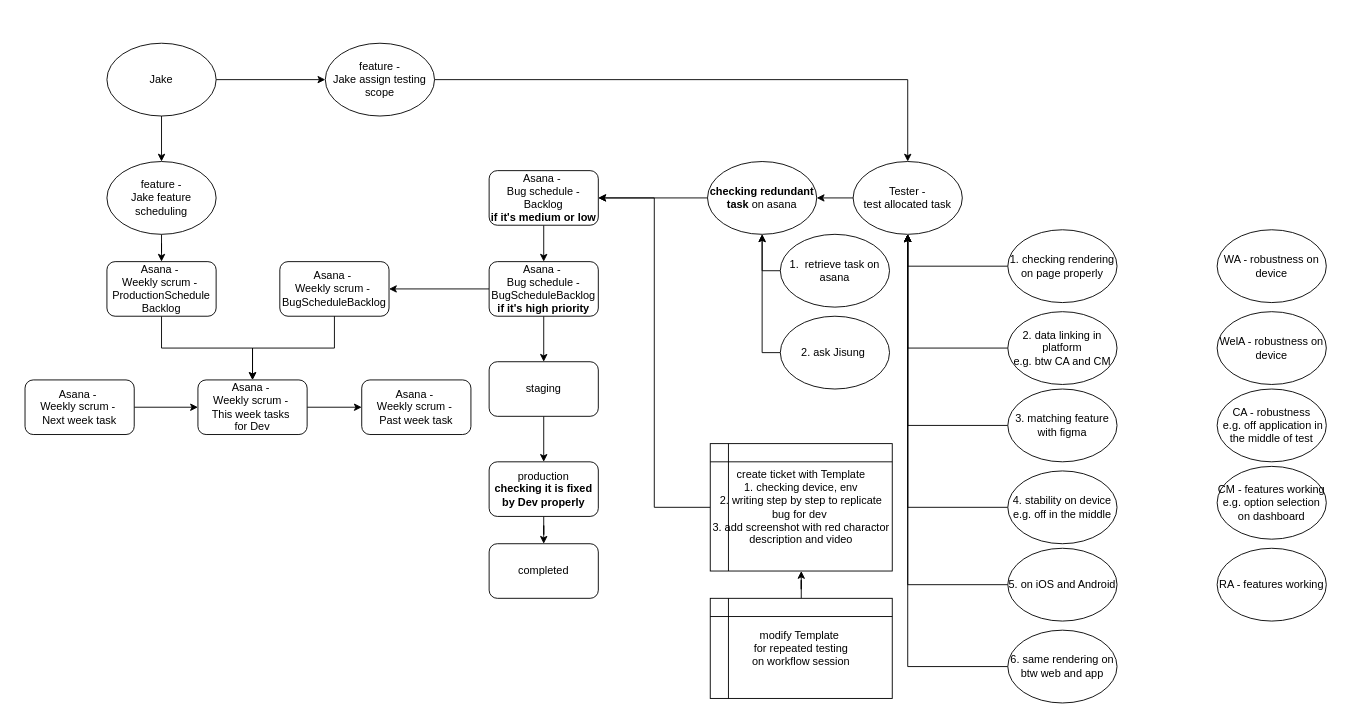
Before: 제목 없는 다이어그램.drawio in Jisung-Pacific/AI-assist, a draw.io diagram. Source tidied: cells renumbered, new cells numbered last; positions are measured from the earlier drawing's top-left corner, leaving out a move shared by most shapes. Both pictures are drawn from the tidied source at 91%, with x=0, y=0 at pixel (25, 43).
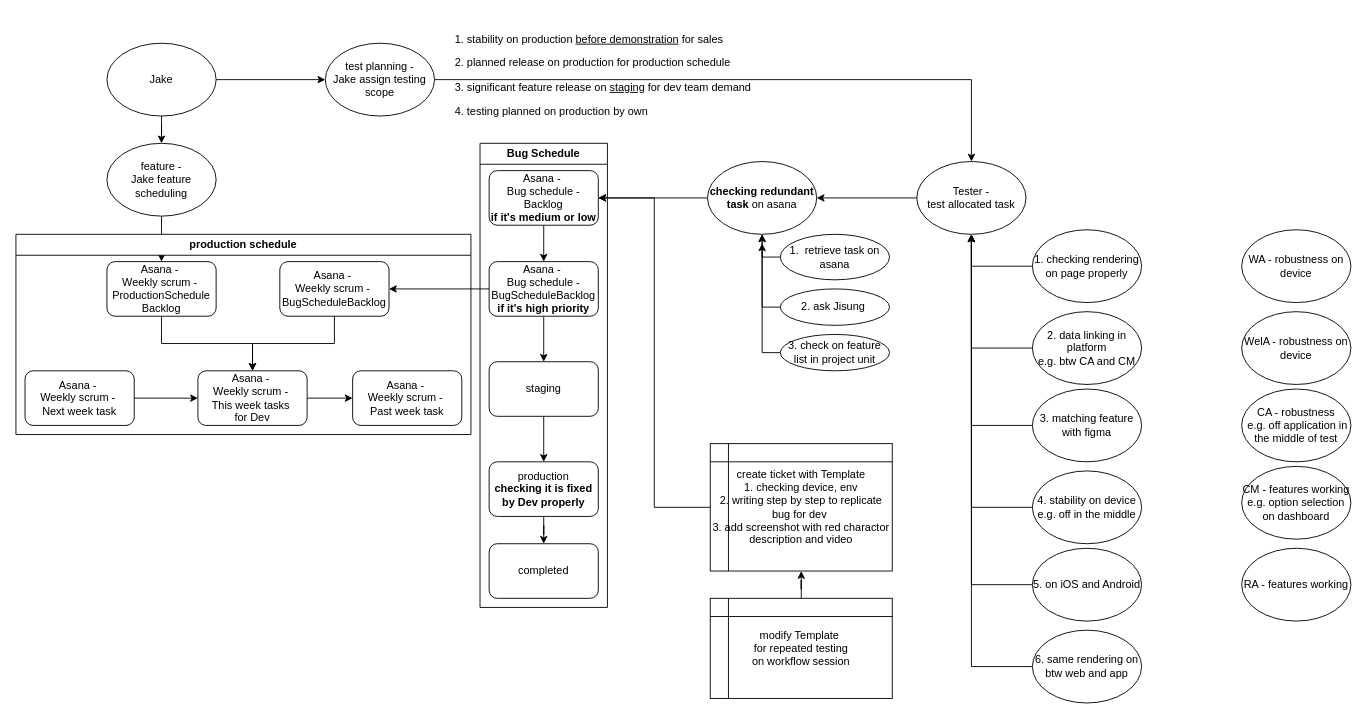
The same page after the edit.

Commit message:
제목 없는 다이어그램.drawio 업데이트

Change to the diagram source:
```diff
@@
     <mxCell id="9" value="Tester -&lt;div&gt;test allocated task&lt;/div&gt;" style="ellipse;whiteSpace=wrap;html=1;" parent="1" vertex="1">
-      <mxGeometry x="910" y="130" width="120" height="80" as="geometry" />
+      <mxGeometry x="980" y="130" width="120" height="80" as="geometry" />
     </mxCell>
@@
-    <mxCell id="12" style="edgeStyle=orthogonalEdgeStyle;rounded=0;jettySize=auto;html=1;" parent="1" edge="1" source="13" target="15">
-      <mxGeometry relative="1" as="geometry" />
-    </mxCell>
-    <mxCell id="13" value="Asana -&amp;nbsp;&lt;div&gt;Weekly scrum -&amp;nbsp;&lt;/div&gt;&lt;div&gt;This week tasks&amp;nbsp;&lt;/div&gt;&lt;div&gt;for Dev&lt;/div&gt;" style="rounded=1;whiteSpace=wrap;html=1;" parent="1" vertex="1">
-      <mxGeometry x="190" y="370" width="120" height="60" as="geometry" />
-    </mxCell>
@@
-    <mxCell id="15" value="Asana -&amp;nbsp;&lt;div&gt;Weekly scrum -&amp;nbsp;&lt;/div&gt;&lt;div&gt;Past week task&lt;/div&gt;" style="rounded=1;whiteSpace=wrap;html=1;" parent="1" vertex="1">
-      <mxGeometry x="370" y="370" width="120" height="60" as="geometry" />
-    </mxCell>
-    <mxCell id="16" style="edgeStyle=orthogonalEdgeStyle;rounded=0;jettySize=auto;html=1;" parent="1" edge="1" source="17" target="13">
-      <mxGeometry relative="1" as="geometry" />
-    </mxCell>
-    <mxCell id="17" value="Asana -&amp;nbsp;&lt;div&gt;Weekly scrum -&amp;nbsp;&lt;/div&gt;&lt;div&gt;Next week task&lt;/div&gt;" style="rounded=1;whiteSpace=wrap;html=1;" parent="1" vertex="1">
-      <mxGeometry y="370" width="120" height="60" as="geometry" />
-    </mxCell>
@@
     <mxCell id="19" value="feature -&lt;div&gt;Jake feature scheduling&lt;/div&gt;" style="ellipse;whiteSpace=wrap;html=1;" parent="1" vertex="1">
-      <mxGeometry x="90" y="130" width="120" height="80" as="geometry" />
+      <mxGeometry x="90" y="110" width="120" height="80" as="geometry" />
     </mxCell>
@@
     <mxCell id="21" value="1. checking rendering on page properly" style="ellipse;whiteSpace=wrap;html=1;" parent="1" vertex="1">
-      <mxGeometry x="1080" y="205" width="120" height="80" as="geometry" />
+      <mxGeometry x="1107" y="205" width="120" height="80" as="geometry" />
     </mxCell>
@@
-    <mxCell id="23" value="feature -&lt;div&gt;Jake assign testing scope&lt;/div&gt;" style="ellipse;whiteSpace=wrap;html=1;" parent="1" vertex="1">
+    <mxCell id="23" value="test planning -&lt;div&gt;Jake assign testing scope&lt;/div&gt;" style="ellipse;whiteSpace=wrap;html=1;" parent="1" vertex="1">
       <mxGeometry x="330" width="120" height="80" as="geometry" />
     </mxCell>
@@
     <mxCell id="28" value="2. data linking in platform&lt;div&gt;e.g. btw CA and CM&lt;/div&gt;" style="ellipse;whiteSpace=wrap;html=1;" parent="1" vertex="1">
-      <mxGeometry x="1080" y="295" width="120" height="80" as="geometry" />
+      <mxGeometry x="1107" y="295" width="120" height="80" as="geometry" />
     </mxCell>
@@
     <mxCell id="30" value="3. matching feature with figma" style="ellipse;whiteSpace=wrap;html=1;" parent="1" vertex="1">
-      <mxGeometry x="1080" y="380" width="120" height="80" as="geometry" />
+      <mxGeometry x="1107" y="380" width="120" height="80" as="geometry" />
     </mxCell>
@@
     <mxCell id="36" value="1.&amp;nbsp; retrieve task on asana" style="ellipse;whiteSpace=wrap;html=1;" parent="1" vertex="1">
-      <mxGeometry x="830" y="210" width="120" height="80" as="geometry" />
+      <mxGeometry x="830" y="210" width="120" height="50" as="geometry" />
     </mxCell>
@@
     <mxCell id="38" value="2. ask Jisung&amp;nbsp;" style="ellipse;whiteSpace=wrap;html=1;" parent="1" vertex="1">
-      <mxGeometry x="830" y="300" width="120" height="80" as="geometry" />
+      <mxGeometry x="830" y="270" width="120" height="40" as="geometry" />
     </mxCell>
@@
     <mxCell id="46" value="CM -&amp;nbsp;&lt;span style=&quot;background-color: transparent; color: light-dark(rgb(0, 0, 0), rgb(255, 255, 255));&quot;&gt;features working&lt;/span&gt;&lt;div&gt;&lt;span style=&quot;background-color: transparent; color: light-dark(rgb(0, 0, 0), rgb(255, 255, 255));&quot;&gt;e.g. option selection on dashboard&lt;/span&gt;&lt;/div&gt;" style="ellipse;whiteSpace=wrap;html=1;" parent="1" vertex="1">
-      <mxGeometry x="1310" y="465" width="120" height="80" as="geometry" />
+      <mxGeometry x="1337" y="465" width="120" height="80" as="geometry" />
     </mxCell>
     <mxCell id="47" value="CA - robustness&lt;div&gt;&amp;nbsp;e.g. off application in the middle of test&lt;/div&gt;" style="ellipse;whiteSpace=wrap;html=1;" parent="1" vertex="1">
-      <mxGeometry x="1310" y="380" width="120" height="80" as="geometry" />
+      <mxGeometry x="1337" y="380" width="120" height="80" as="geometry" />
     </mxCell>
     <mxCell id="48" value="RA - features working" style="ellipse;whiteSpace=wrap;html=1;" parent="1" vertex="1">
-      <mxGeometry x="1310" y="555" width="120" height="80" as="geometry" />
+      <mxGeometry x="1337" y="555" width="120" height="80" as="geometry" />
     </mxCell>
     <mxCell id="49" value="WelA - robustness on device" style="ellipse;whiteSpace=wrap;html=1;" parent="1" vertex="1">
-      <mxGeometry x="1310" y="295" width="120" height="80" as="geometry" />
+      <mxGeometry x="1337" y="295" width="120" height="80" as="geometry" />
     </mxCell>
     <mxCell id="50" value="WA - robustness on device" style="ellipse;whiteSpace=wrap;html=1;" parent="1" vertex="1">
-      <mxGeometry x="1310" y="205" width="120" height="80" as="geometry" />
+      <mxGeometry x="1337" y="205" width="120" height="80" as="geometry" />
     </mxCell>
@@
     <mxCell id="52" value="5. on iOS and Android" style="ellipse;whiteSpace=wrap;html=1;" parent="1" vertex="1">
-      <mxGeometry x="1080" y="555" width="120" height="80" as="geometry" />
+      <mxGeometry x="1107" y="555" width="120" height="80" as="geometry" />
     </mxCell>
@@
     <mxCell id="54" value="4. stability on device&lt;div&gt;e.g. off in the middle&lt;/div&gt;" style="ellipse;whiteSpace=wrap;html=1;" parent="1" vertex="1">
-      <mxGeometry x="1080" y="470" width="120" height="80" as="geometry" />
+      <mxGeometry x="1107" y="470" width="120" height="80" as="geometry" />
     </mxCell>
@@
     <mxCell id="56" value="6. same rendering on btw web and app" style="ellipse;whiteSpace=wrap;html=1;" parent="1" vertex="1">
-      <mxGeometry x="1080" y="645" width="120" height="80" as="geometry" />
+      <mxGeometry x="1107" y="645" width="120" height="80" as="geometry" />
     </mxCell>
+    <mxCell id="57" value="Bug Schedule" style="swimlane;whiteSpace=wrap;html=1;" parent="1" vertex="1">
+      <mxGeometry x="500" y="110" width="140" height="510" as="geometry" />
+    </mxCell>
+    <mxCell id="58" value="production schedule" style="swimlane;whiteSpace=wrap;html=1;" parent="1" vertex="1">
+      <mxGeometry x="-10" y="210" width="500" height="220" as="geometry" />
+    </mxCell>
+    <mxCell id="13" value="Asana -&amp;nbsp;&lt;div&gt;Weekly scrum -&amp;nbsp;&lt;/div&gt;&lt;div&gt;This week tasks&amp;nbsp;&lt;/div&gt;&lt;div&gt;for Dev&lt;/div&gt;" style="rounded=1;whiteSpace=wrap;html=1;" parent="58" vertex="1">
+      <mxGeometry x="200" y="150" width="120" height="60" as="geometry" />
+    </mxCell>
+    <mxCell id="17" value="Asana -&amp;nbsp;&lt;div&gt;Weekly scrum -&amp;nbsp;&lt;/div&gt;&lt;div&gt;Next week task&lt;/div&gt;" style="rounded=1;whiteSpace=wrap;html=1;" parent="58" vertex="1">
+      <mxGeometry x="10" y="150" width="120" height="60" as="geometry" />
+    </mxCell>
+    <mxCell id="15" value="Asana -&amp;nbsp;&lt;div&gt;Weekly scrum -&amp;nbsp;&lt;/div&gt;&lt;div&gt;Past week task&lt;/div&gt;" style="rounded=1;whiteSpace=wrap;html=1;" parent="58" vertex="1">
+      <mxGeometry x="370" y="150" width="120" height="60" as="geometry" />
+    </mxCell>
+    <mxCell id="16" style="edgeStyle=orthogonalEdgeStyle;rounded=0;jettySize=auto;html=1;" parent="58" edge="1" source="17" target="13">
+      <mxGeometry relative="1" as="geometry" />
+    </mxCell>
+    <mxCell id="12" style="edgeStyle=orthogonalEdgeStyle;rounded=0;jettySize=auto;html=1;" parent="58" edge="1" source="13" target="15">
+      <mxGeometry relative="1" as="geometry" />
+    </mxCell>
+    <mxCell id="59" value="&lt;ol class=&quot;ProsemirrorEditor-list&quot;&gt;&lt;li class=&quot;ProsemirrorEditor-listItem&quot; style=&quot;margin-left: 64px&quot;&gt;&lt;p&gt;stability on production &lt;u&gt;before demonstration&lt;/u&gt; for sales&lt;/p&gt;&lt;/li&gt;&lt;li class=&quot;ProsemirrorEditor-listItem&quot; style=&quot;margin-left: 64px&quot;&gt;&lt;p&gt;planned release on production for production schedule&lt;/p&gt;&lt;/li&gt;&lt;li class=&quot;ProsemirrorEditor-listItem&quot; style=&quot;margin-left: 64px&quot;&gt;&lt;p&gt;significant feature release on &lt;u&gt;staging&lt;/u&gt; for dev team demand&lt;/p&gt;&lt;/li&gt;&lt;li class=&quot;ProsemirrorEditor-listItem&quot; style=&quot;margin-left: 64px&quot;&gt;&lt;p&gt;testing planned on production by own&lt;/p&gt;&lt;/li&gt;&lt;/ol&gt;" style="text;whiteSpace=wrap;html=1;" parent="1" vertex="1">
+      <mxGeometry x="380" y="-30" width="450" height="140" as="geometry" />
+    </mxCell>
+    <mxCell id="60" style="edgeStyle=orthogonalEdgeStyle;rounded=0;jettySize=auto;html=1;" parent="1" edge="1" source="61">
+      <mxGeometry relative="1" as="geometry">
+        <mxPoint x="810" y="220" as="targetPoint" />
+      </mxGeometry>
+    </mxCell>
+    <mxCell id="61" value="3. check on feature list in project unit" style="ellipse;whiteSpace=wrap;html=1;" parent="1" vertex="1">
+      <mxGeometry x="830" y="320" width="120" height="40" as="geometry" />
+    </mxCell>
```
